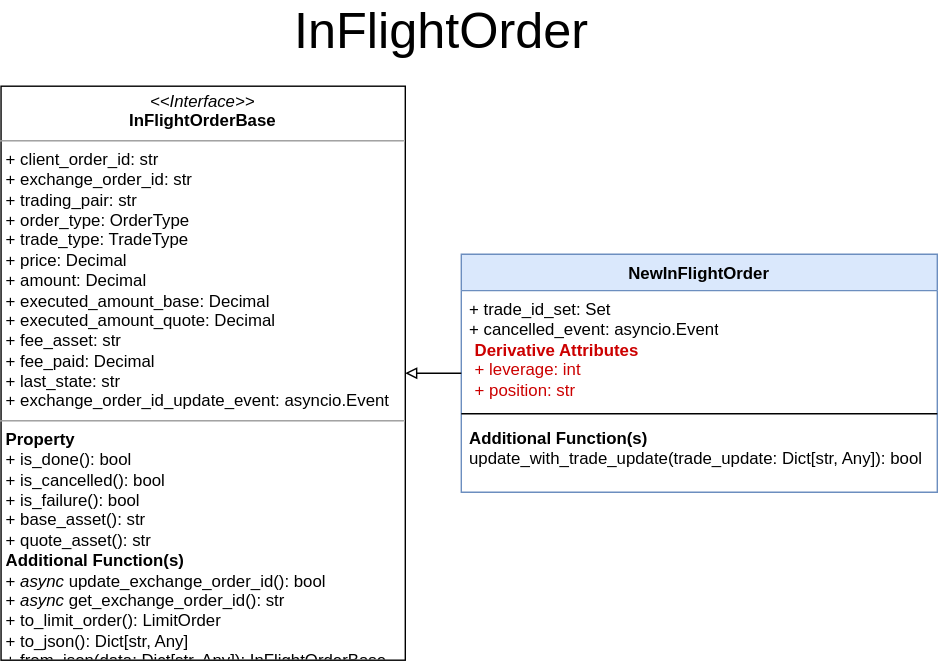
Before: documentation/docs/assets/img/in-flight-order-class-diagram.svg, a diagram exported from draw.io (hummingbot/hummingbot). Source tidied: cells renumbered, new cells last; positions are measured from the earlier drawing's top-left corner, leaving out a move shared by most shapes.
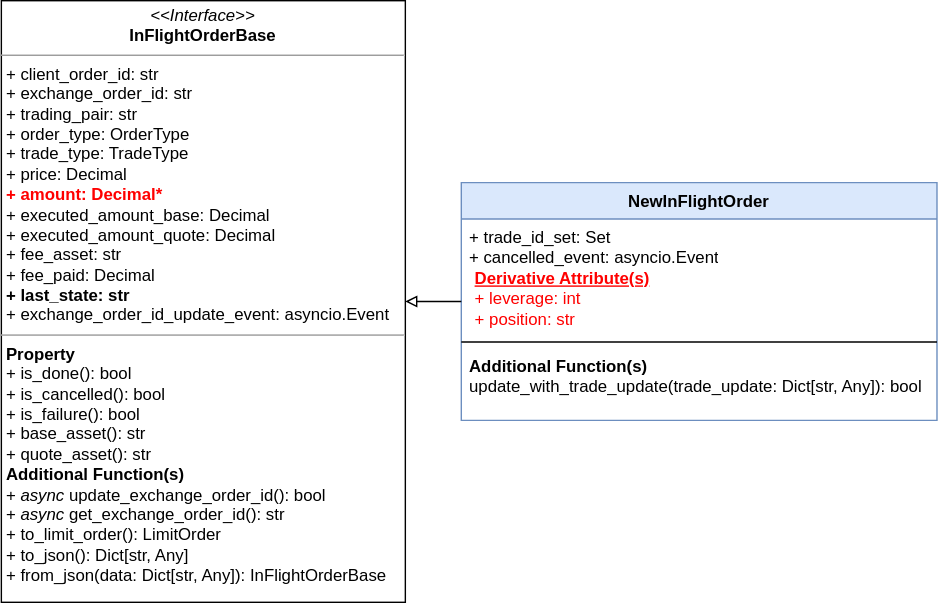
After the commit.

Commit message:
(doc) update task3.md for Derivative connectors

Diff of the diagram source:
```diff
@@ -2,26 +2,23 @@
   <root>
     <mxCell id="0" />
     <mxCell id="1" parent="0" />
-    <mxCell id="2" value="&lt;span style=&quot;font-size: 36px&quot;&gt;InFlightOrder&lt;/span&gt;" style="text;html=1;strokeColor=none;fillColor=none;align=center;verticalAlign=middle;whiteSpace=wrap;rounded=0;" parent="1" vertex="1">
-      <mxGeometry x="0.2" width="630" height="20" as="geometry" />
+    <mxCell id="2" value="NewInFlightOrder" style="swimlane;fontStyle=1;align=center;verticalAlign=top;horizontal=1;startSize=26;strokeColor=#6c8ebf;strokeWidth=1;fillColor=#dae8fc;" parent="1" vertex="1">
+      <mxGeometry x="0.2" width="340" height="170" as="geometry" />
     </mxCell>
-    <mxCell id="3" value="NewInFlightOrder" style="swimlane;fontStyle=1;align=center;verticalAlign=top;horizontal=1;startSize=26;strokeColor=#6c8ebf;strokeWidth=1;fillColor=#dae8fc;" parent="1" vertex="1">
-      <mxGeometry x="329" y="170" width="340" height="170" as="geometry" />
+    <mxCell id="3" value="+ trade_id_set: Set&lt;br&gt;+ cancelled_event: asyncio.Event&lt;br&gt;&lt;p style=&quot;margin: 0px 0px 0px 4px&quot;&gt;&lt;b&gt;&lt;font color=&quot;#ff0000&quot;&gt;&lt;u&gt;Derivative Attribute(s)&lt;/u&gt;&lt;/font&gt;&lt;/b&gt;&lt;/p&gt;&lt;p style=&quot;margin: 0px 0px 0px 4px&quot;&gt;&lt;font color=&quot;#ff0000&quot;&gt;+ leverage: int&lt;/font&gt;&lt;/p&gt;&lt;p style=&quot;margin: 0px 0px 0px 4px&quot;&gt;&lt;font color=&quot;#ff0000&quot;&gt;+ position: str&lt;/font&gt;&lt;/p&gt;" style="text;strokeColor=none;fillColor=none;align=left;verticalAlign=top;spacingLeft=4;spacingRight=4;overflow=hidden;points=[[0,0.5],[1,0.5]];portConstraint=eastwest;html=1;" parent="2" vertex="1">
+      <mxGeometry y="26" width="340" height="84" as="geometry" />
     </mxCell>
-    <mxCell id="4" value="+ trade_id_set: Set&lt;br&gt;+ cancelled_event: asyncio.Event&lt;br&gt;&lt;p style=&quot;margin: 0px 0px 0px 4px&quot;&gt;&lt;b&gt;&lt;font color=&quot;#cc0000&quot;&gt;Derivative Attributes&lt;/font&gt;&lt;/b&gt;&lt;/p&gt;&lt;p style=&quot;margin: 0px 0px 0px 4px&quot;&gt;&lt;font color=&quot;#cc0000&quot;&gt;+ leverage: int&lt;/font&gt;&lt;/p&gt;&lt;p style=&quot;margin: 0px 0px 0px 4px&quot;&gt;&lt;font color=&quot;#cc0000&quot;&gt;+ position: str&lt;/font&gt;&lt;/p&gt;" style="text;strokeColor=none;fillColor=none;align=left;verticalAlign=top;spacingLeft=4;spacingRight=4;overflow=hidden;html=1;" parent="3" vertex="1">
-      <mxGeometry y="26" width="340" height="84" as="geometry" />
+    <mxCell id="4" style="line;strokeWidth=1;fillColor=none;align=left;verticalAlign=middle;spacingTop=-1;spacingLeft=3;spacingRight=3;labelPosition=right;" parent="2" vertex="1">
+      <mxGeometry y="110" width="340" height="8" as="geometry" />
     </mxCell>
-    <mxCell id="5" style="line;strokeWidth=1;fillColor=none;align=left;verticalAlign=middle;spacingTop=-1;spacingLeft=3;spacingRight=3;labelPosition=right;" parent="3" vertex="1">
-      <mxGeometry y="110" width="340" height="8" as="geometry" />
+    <mxCell id="5" value="&lt;b&gt;Additional Function(s)&lt;/b&gt;&lt;br&gt;update_with_trade_update(trade_update: Dict[str, Any]): bool" style="text;strokeColor=none;fillColor=none;align=left;verticalAlign=top;spacingLeft=4;spacingRight=4;overflow=hidden;html=1;" parent="2" vertex="1">
+      <mxGeometry y="118" width="340" height="52" as="geometry" />
     </mxCell>
-    <mxCell id="6" value="&lt;b&gt;Additional Function(s)&lt;/b&gt;&lt;br&gt;update_with_trade_update(trade_update: Dict[str, Any]): bool" style="text;strokeColor=none;fillColor=none;align=left;verticalAlign=top;spacingLeft=4;spacingRight=4;overflow=hidden;points=[[0,0.5],[1,0.5]];portConstraint=eastwest;html=1;" parent="3" vertex="1">
-      <mxGeometry y="118" width="340" height="52" as="geometry" />
+    <mxCell id="6" value="&lt;p style=&quot;margin: 0px ; margin-top: 4px ; text-align: center&quot;&gt;&lt;i&gt;&amp;lt;&amp;lt;Interface&amp;gt;&amp;gt;&lt;/i&gt;&lt;br&gt;&lt;b&gt;InFlightOrderBase&lt;/b&gt;&lt;/p&gt;&lt;hr size=&quot;1&quot;&gt;&lt;p style=&quot;margin: 0px ; margin-left: 4px&quot;&gt;+ client_order_id: str&lt;br&gt;&lt;/p&gt;&lt;p style=&quot;margin: 0px ; margin-left: 4px&quot;&gt;+ exchange_order_id: str&lt;/p&gt;&lt;p style=&quot;margin: 0px ; margin-left: 4px&quot;&gt;+ trading_pair: str&lt;/p&gt;&lt;p style=&quot;margin: 0px ; margin-left: 4px&quot;&gt;+ order_type: OrderType&lt;/p&gt;&lt;p style=&quot;margin: 0px ; margin-left: 4px&quot;&gt;+ trade_type: TradeType&lt;/p&gt;&lt;p style=&quot;margin: 0px ; margin-left: 4px&quot;&gt;+ price: Decimal&lt;/p&gt;&lt;p style=&quot;margin: 0px ; margin-left: 4px&quot;&gt;&lt;b&gt;&lt;font color=&quot;#ff0000&quot;&gt;+ amount: Decimal*&lt;/font&gt;&lt;/b&gt;&lt;/p&gt;&lt;p style=&quot;margin: 0px ; margin-left: 4px&quot;&gt;+ executed_amount_base: Decimal&lt;/p&gt;&lt;p style=&quot;margin: 0px ; margin-left: 4px&quot;&gt;+ executed_amount_quote: Decimal&lt;/p&gt;&lt;p style=&quot;margin: 0px ; margin-left: 4px&quot;&gt;+ fee_asset: str&lt;/p&gt;&lt;p style=&quot;margin: 0px ; margin-left: 4px&quot;&gt;+ fee_paid: Decimal&lt;/p&gt;&lt;p style=&quot;margin: 0px ; margin-left: 4px&quot;&gt;&lt;b&gt;+ last_state: str&lt;/b&gt;&lt;/p&gt;&lt;p style=&quot;margin: 0px ; margin-left: 4px&quot;&gt;+ exchange_order_id_update_event: asyncio.Event&lt;br&gt;&lt;/p&gt;&lt;hr size=&quot;1&quot;&gt;&lt;p style=&quot;margin: 0px ; margin-left: 4px&quot;&gt;&lt;b&gt;Property&lt;/b&gt;&lt;/p&gt;&lt;p style=&quot;margin: 0px ; margin-left: 4px&quot;&gt;+ is_done(): bool&lt;/p&gt;&lt;p style=&quot;margin: 0px ; margin-left: 4px&quot;&gt;+ is_cancelled(): bool&lt;/p&gt;&lt;p style=&quot;margin: 0px ; margin-left: 4px&quot;&gt;+ is_failure(): bool&lt;/p&gt;&lt;p style=&quot;margin: 0px ; margin-left: 4px&quot;&gt;+ base_asset(): str&lt;br&gt;+ quote_asset(): str&lt;/p&gt;&lt;p style=&quot;margin: 0px ; margin-left: 4px&quot;&gt;&lt;b&gt;Additional Function(s)&lt;/b&gt;&lt;/p&gt;&lt;p style=&quot;margin: 0px ; margin-left: 4px&quot;&gt;+ &lt;i&gt;async&lt;/i&gt; update_exchange_order_id(): bool&lt;/p&gt;&lt;p style=&quot;margin: 0px ; margin-left: 4px&quot;&gt;+ &lt;i&gt;async&lt;/i&gt; get_exchange_order_id(): str&lt;/p&gt;&lt;p style=&quot;margin: 0px ; margin-left: 4px&quot;&gt;+ to_limit_order(): LimitOrder&lt;/p&gt;&lt;p style=&quot;margin: 0px ; margin-left: 4px&quot;&gt;+&lt;i&gt;&amp;nbsp;&lt;/i&gt;to_json(): Dict[str, Any]&lt;/p&gt;&lt;p style=&quot;margin: 0px ; margin-left: 4px&quot;&gt;+ from_json(data: Dict[str, Any]): InFlightOrderBase&lt;br&gt;&lt;br&gt;&lt;/p&gt;" style="verticalAlign=top;align=left;overflow=fill;fontSize=12;fontFamily=Helvetica;html=1;strokeWidth=1;" parent="1" vertex="1">
+      <mxGeometry x="-328.5" y="-130" width="288.8" height="430" as="geometry" />
     </mxCell>
-    <mxCell id="7" value="&lt;p style=&quot;margin: 0px ; margin-top: 4px ; text-align: center&quot;&gt;&lt;i&gt;&amp;lt;&amp;lt;Interface&amp;gt;&amp;gt;&lt;/i&gt;&lt;br&gt;&lt;b&gt;InFlightOrderBase&lt;/b&gt;&lt;/p&gt;&lt;hr size=&quot;1&quot;&gt;&lt;p style=&quot;margin: 0px ; margin-left: 4px&quot;&gt;+ client_order_id: str&lt;br&gt;&lt;/p&gt;&lt;p style=&quot;margin: 0px ; margin-left: 4px&quot;&gt;+ exchange_order_id: str&lt;/p&gt;&lt;p style=&quot;margin: 0px ; margin-left: 4px&quot;&gt;+ trading_pair: str&lt;/p&gt;&lt;p style=&quot;margin: 0px ; margin-left: 4px&quot;&gt;+ order_type: OrderType&lt;/p&gt;&lt;p style=&quot;margin: 0px ; margin-left: 4px&quot;&gt;+ trade_type: TradeType&lt;/p&gt;&lt;p style=&quot;margin: 0px ; margin-left: 4px&quot;&gt;+ price: Decimal&lt;/p&gt;&lt;p style=&quot;margin: 0px ; margin-left: 4px&quot;&gt;+ amount: Decimal&lt;/p&gt;&lt;p style=&quot;margin: 0px ; margin-left: 4px&quot;&gt;+ executed_amount_base: Decimal&lt;/p&gt;&lt;p style=&quot;margin: 0px ; margin-left: 4px&quot;&gt;+ executed_amount_quote: Decimal&lt;/p&gt;&lt;p style=&quot;margin: 0px ; margin-left: 4px&quot;&gt;+ fee_asset: str&lt;/p&gt;&lt;p style=&quot;margin: 0px ; margin-left: 4px&quot;&gt;+ fee_paid: Decimal&lt;/p&gt;&lt;p style=&quot;margin: 0px ; margin-left: 4px&quot;&gt;+ last_state: str&lt;/p&gt;&lt;p style=&quot;margin: 0px ; margin-left: 4px&quot;&gt;+ exchange_order_id_update_event: asyncio.Event&lt;br&gt;&lt;/p&gt;&lt;hr size=&quot;1&quot;&gt;&lt;p style=&quot;margin: 0px ; margin-left: 4px&quot;&gt;&lt;b&gt;Property&lt;/b&gt;&lt;/p&gt;&lt;p style=&quot;margin: 0px ; margin-left: 4px&quot;&gt;+ is_done(): bool&lt;/p&gt;&lt;p style=&quot;margin: 0px ; margin-left: 4px&quot;&gt;+ is_cancelled(): bool&lt;/p&gt;&lt;p style=&quot;margin: 0px ; margin-left: 4px&quot;&gt;+ is_failure(): bool&lt;/p&gt;&lt;p style=&quot;margin: 0px ; margin-left: 4px&quot;&gt;+ base_asset(): str&lt;br&gt;+ quote_asset(): str&lt;/p&gt;&lt;p style=&quot;margin: 0px ; margin-left: 4px&quot;&gt;&lt;b&gt;Additional Function(s)&lt;/b&gt;&lt;/p&gt;&lt;p style=&quot;margin: 0px ; margin-left: 4px&quot;&gt;+ &lt;i&gt;async&lt;/i&gt; update_exchange_order_id(): bool&lt;/p&gt;&lt;p style=&quot;margin: 0px ; margin-left: 4px&quot;&gt;+ &lt;i&gt;async&lt;/i&gt; get_exchange_order_id(): str&lt;/p&gt;&lt;p style=&quot;margin: 0px ; margin-left: 4px&quot;&gt;+ to_limit_order(): LimitOrder&lt;/p&gt;&lt;p style=&quot;margin: 0px ; margin-left: 4px&quot;&gt;+&lt;i&gt;&amp;nbsp;&lt;/i&gt;to_json(): Dict[str, Any]&lt;/p&gt;&lt;p style=&quot;margin: 0px ; margin-left: 4px&quot;&gt;+ from_json(data: Dict[str, Any]): InFlightOrderBase&lt;br&gt;&lt;br&gt;&lt;/p&gt;" style="verticalAlign=top;align=left;overflow=fill;fontSize=12;fontFamily=Helvetica;html=1;strokeWidth=1;" parent="1" vertex="1">
-      <mxGeometry x="0.2" y="50" width="288.8" height="410" as="geometry" />
+    <mxCell id="7" style="edgeStyle=orthogonalEdgeStyle;rounded=0;jumpSize=9;jettySize=auto;html=1;exitX=0;exitY=0.5;exitDx=0;exitDy=0;entryX=1;entryY=0.5;entryDx=0;entryDy=0;startArrow=none;startFill=0;endArrow=block;endFill=0;strokeWidth=1;" parent="1" edge="1" source="2" target="6">
+      <mxGeometry x="-1058.8" y="1820" as="geometry" />
     </mxCell>
-    <mxCell id="8" style="edgeStyle=orthogonalEdgeStyle;rounded=0;jumpSize=9;jettySize=auto;html=1;exitX=0;exitY=0.5;exitDx=0;exitDy=0;entryX=1;entryY=0.5;entryDx=0;entryDy=0;startArrow=none;startFill=0;endArrow=block;endFill=0;strokeWidth=1;" parent="1" edge="1" source="3" target="7">
-      <mxGeometry x="-1068.8" y="1810" as="geometry" />
-    </mxCell>
   </root>
 </mxGraphModel>
```
